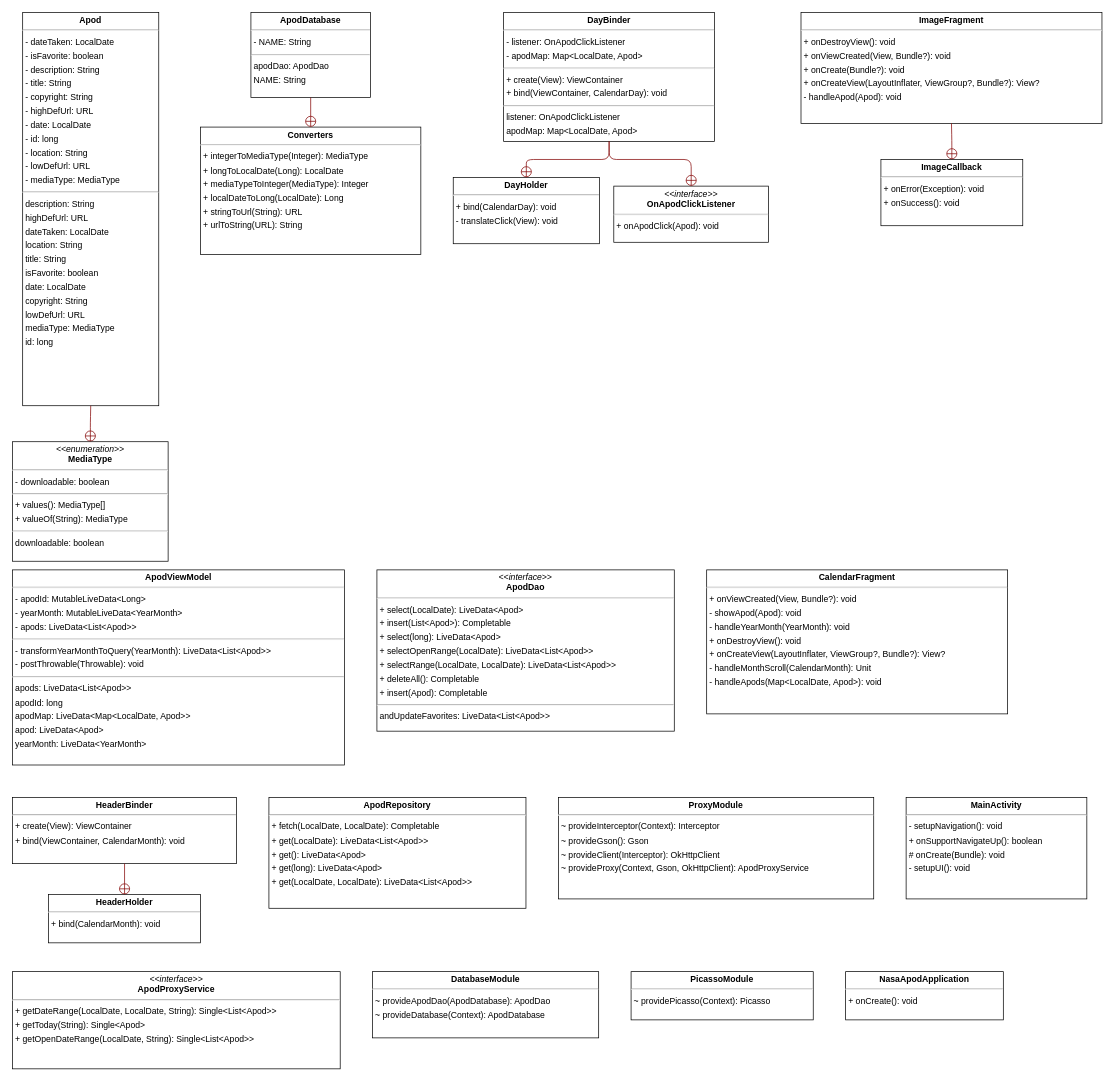
ddc-java-20/space-seek-mincfranc keeps this draw.io diagram as docs/work/uml.drawio. Above is the earlier version. Source tidied: cells renumbered, new cells numbered last; positions are measured from the earlier drawing's top-left corner, leaving out a move shared by most shapes. Both pictures are drawn from the tidied source at 72%, with x=0, y=0 at pixel (12, 12).
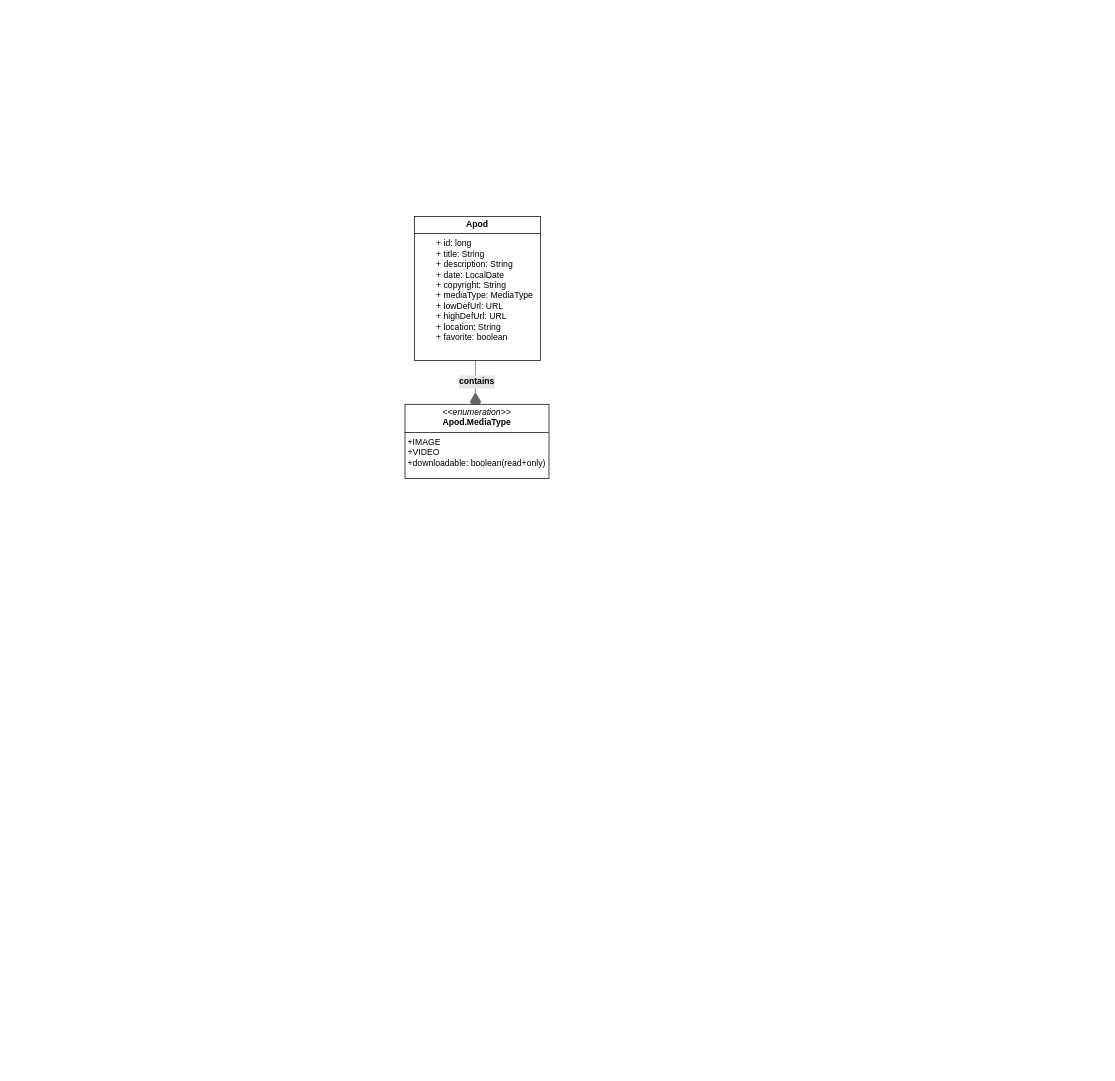
The same page after the edit.

Commit message (it also covers changes not shown here):
Updated erd & uml source files and added updated svg  & pdf versions.

The edit, as a diff of the source:
```diff
@@
-    <mxCell id="2" value="&lt;p style=&quot;margin:0px;margin-top:4px;text-align:center;&quot;&gt;&lt;b&gt;Apod&lt;/b&gt;&lt;/p&gt;&lt;hr&gt;&lt;p style=&quot;margin:0 0 0 4px;line-height:1.6;&quot;&gt;- dateTaken: LocalDate&lt;br&gt;- isFavorite: boolean&lt;br&gt;- description: String&lt;br&gt;- title: String&lt;br&gt;- copyright: String&lt;br&gt;- highDefUrl: URL&lt;br&gt;- date: LocalDate&lt;br&gt;- id: long&lt;br&gt;- location: String&lt;br&gt;- lowDefUrl: URL&lt;br&gt;- mediaType: MediaType&lt;/p&gt;&lt;hr&gt;&lt;p style=&quot;margin:0 0 0 4px;line-height:1.6;&quot;&gt; description: String&lt;br&gt; highDefUrl: URL&lt;br&gt; dateTaken: LocalDate&lt;br&gt; location: String&lt;br&gt; title: String&lt;br&gt; isFavorite: boolean&lt;br&gt; date: LocalDate&lt;br&gt; copyright: String&lt;br&gt; lowDefUrl: URL&lt;br&gt; mediaType: MediaType&lt;br&gt; id: long&lt;/p&gt;" style="verticalAlign=top;align=left;overflow=fill;fontSize=12;fontFamily=Helvetica;html=1;rounded=0;shadow=0;comic=0;labelBackgroundColor=none;strokeWidth=1;" parent="1" vertex="1">
-      <mxGeometry x="14" width="189" height="546" as="geometry" />
-    </mxCell>
-    <mxCell id="3" value="&lt;p style=&quot;margin:0px;margin-top:4px;text-align:center;&quot;&gt;&lt;i&gt;&amp;lt;&amp;lt;interface&amp;gt;&amp;gt;&lt;/i&gt;&lt;br&gt;&lt;b&gt;ApodDao&lt;/b&gt;&lt;/p&gt;&lt;hr&gt;&lt;p style=&quot;margin:0 0 0 4px;line-height:1.6;&quot;&gt;+ select(LocalDate): LiveData&amp;lt;Apod&amp;gt;&lt;br&gt;+ insert(List&amp;lt;Apod&amp;gt;): Completable&lt;br&gt;+ select(long): LiveData&amp;lt;Apod&amp;gt;&lt;br&gt;+ selectOpenRange(LocalDate): LiveData&amp;lt;List&amp;lt;Apod&amp;gt;&amp;gt;&lt;br&gt;+ selectRange(LocalDate, LocalDate): LiveData&amp;lt;List&amp;lt;Apod&amp;gt;&amp;gt;&lt;br&gt;+ deleteAll(): Completable&lt;br&gt;+ insert(Apod): Completable&lt;/p&gt;&lt;hr&gt;&lt;p style=&quot;margin:0 0 0 4px;line-height:1.6;&quot;&gt; andUpdateFavorites: LiveData&amp;lt;List&amp;lt;Apod&amp;gt;&amp;gt;&lt;/p&gt;" style="verticalAlign=top;align=left;overflow=fill;fontSize=12;fontFamily=Helvetica;html=1;rounded=0;shadow=0;comic=0;labelBackgroundColor=none;strokeWidth=1;" parent="1" vertex="1">
-      <mxGeometry x="506" y="774" width="413" height="224" as="geometry" />
-    </mxCell>
-    <mxCell id="4" value="&lt;p style=&quot;margin:0px;margin-top:4px;text-align:center;&quot;&gt;&lt;b&gt;ApodDatabase&lt;/b&gt;&lt;/p&gt;&lt;hr&gt;&lt;p style=&quot;margin:0 0 0 4px;line-height:1.6;&quot;&gt;- NAME: String&lt;/p&gt;&lt;hr&gt;&lt;p style=&quot;margin:0 0 0 4px;line-height:1.6;&quot;&gt; apodDao: ApodDao&lt;br&gt; NAME: String&lt;/p&gt;" style="verticalAlign=top;align=left;overflow=fill;fontSize=12;fontFamily=Helvetica;html=1;rounded=0;shadow=0;comic=0;labelBackgroundColor=none;strokeWidth=1;" parent="1" vertex="1">
-      <mxGeometry x="331" width="166" height="118" as="geometry" />
-    </mxCell>
-    <mxCell id="5" value="&lt;p style=&quot;margin:0px;margin-top:4px;text-align:center;&quot;&gt;&lt;i&gt;&amp;lt;&amp;lt;interface&amp;gt;&amp;gt;&lt;/i&gt;&lt;br&gt;&lt;b&gt;ApodProxyService&lt;/b&gt;&lt;/p&gt;&lt;hr&gt;&lt;p style=&quot;margin:0 0 0 4px;line-height:1.6;&quot;&gt;+ getDateRange(LocalDate, LocalDate, String): Single&amp;lt;List&amp;lt;Apod&amp;gt;&amp;gt;&lt;br&gt;+ getToday(String): Single&amp;lt;Apod&amp;gt;&lt;br&gt;+ getOpenDateRange(LocalDate, String): Single&amp;lt;List&amp;lt;Apod&amp;gt;&amp;gt;&lt;/p&gt;" style="verticalAlign=top;align=left;overflow=fill;fontSize=12;fontFamily=Helvetica;html=1;rounded=0;shadow=0;comic=0;labelBackgroundColor=none;strokeWidth=1;" parent="1" vertex="1">
-      <mxGeometry y="1332" width="455" height="135" as="geometry" />
-    </mxCell>
-    <mxCell id="6" value="&lt;p style=&quot;margin:0px;margin-top:4px;text-align:center;&quot;&gt;&lt;b&gt;ApodRepository&lt;/b&gt;&lt;/p&gt;&lt;hr&gt;&lt;p style=&quot;margin:0 0 0 4px;line-height:1.6;&quot;&gt;+ fetch(LocalDate, LocalDate): Completable&lt;br&gt;+ get(LocalDate): LiveData&amp;lt;List&amp;lt;Apod&amp;gt;&amp;gt;&lt;br&gt;+ get(): LiveData&amp;lt;Apod&amp;gt;&lt;br&gt;+ get(long): LiveData&amp;lt;Apod&amp;gt;&lt;br&gt;+ get(LocalDate, LocalDate): LiveData&amp;lt;List&amp;lt;Apod&amp;gt;&amp;gt;&lt;/p&gt;" style="verticalAlign=top;align=left;overflow=fill;fontSize=12;fontFamily=Helvetica;html=1;rounded=0;shadow=0;comic=0;labelBackgroundColor=none;strokeWidth=1;" parent="1" vertex="1">
-      <mxGeometry x="356" y="1090" width="357" height="154" as="geometry" />
-    </mxCell>
-    <mxCell id="7" value="&lt;p style=&quot;margin:0px;margin-top:4px;text-align:center;&quot;&gt;&lt;b&gt;ApodViewModel&lt;/b&gt;&lt;/p&gt;&lt;hr&gt;&lt;p style=&quot;margin:0 0 0 4px;line-height:1.6;&quot;&gt;- apodId: MutableLiveData&amp;lt;Long&amp;gt;&lt;br&gt;- yearMonth: MutableLiveData&amp;lt;YearMonth&amp;gt;&lt;br&gt;- apods: LiveData&amp;lt;List&amp;lt;Apod&amp;gt;&amp;gt;&lt;/p&gt;&lt;hr&gt;&lt;p style=&quot;margin:0 0 0 4px;line-height:1.6;&quot;&gt;- transformYearMonthToQuery(YearMonth): LiveData&amp;lt;List&amp;lt;Apod&amp;gt;&amp;gt;&lt;br&gt;- postThrowable(Throwable): void&lt;/p&gt;&lt;hr&gt;&lt;p style=&quot;margin:0 0 0 4px;line-height:1.6;&quot;&gt; apods: LiveData&amp;lt;List&amp;lt;Apod&amp;gt;&amp;gt;&lt;br&gt; apodId: long&lt;br&gt; apodMap: LiveData&amp;lt;Map&amp;lt;LocalDate, Apod&amp;gt;&amp;gt;&lt;br&gt; apod: LiveData&amp;lt;Apod&amp;gt;&lt;br&gt; yearMonth: LiveData&amp;lt;YearMonth&amp;gt;&lt;/p&gt;" style="verticalAlign=top;align=left;overflow=fill;fontSize=12;fontFamily=Helvetica;html=1;rounded=0;shadow=0;comic=0;labelBackgroundColor=none;strokeWidth=1;" parent="1" vertex="1">
-      <mxGeometry y="774" width="461" height="271" as="geometry" />
-    </mxCell>
-    <mxCell id="8" value="&lt;p style=&quot;margin:0px;margin-top:4px;text-align:center;&quot;&gt;&lt;b&gt;CalendarFragment&lt;/b&gt;&lt;/p&gt;&lt;hr&gt;&lt;p style=&quot;margin:0 0 0 4px;line-height:1.6;&quot;&gt;+ onViewCreated(View, Bundle?): void&lt;br&gt;- showApod(Apod): void&lt;br&gt;- handleYearMonth(YearMonth): void&lt;br&gt;+ onDestroyView(): void&lt;br&gt;+ onCreateView(LayoutInflater, ViewGroup?, Bundle?): View?&lt;br&gt;- handleMonthScroll(CalendarMonth): Unit&lt;br&gt;- handleApods(Map&amp;lt;LocalDate, Apod&amp;gt;): void&lt;/p&gt;" style="verticalAlign=top;align=left;overflow=fill;fontSize=12;fontFamily=Helvetica;html=1;rounded=0;shadow=0;comic=0;labelBackgroundColor=none;strokeWidth=1;" parent="1" vertex="1">
-      <mxGeometry x="964" y="774" width="418" height="200" as="geometry" />
-    </mxCell>
-    <mxCell id="9" value="&lt;p style=&quot;margin:0px;margin-top:4px;text-align:center;&quot;&gt;&lt;b&gt;Converters&lt;/b&gt;&lt;/p&gt;&lt;hr&gt;&lt;p style=&quot;margin:0 0 0 4px;line-height:1.6;&quot;&gt;+ integerToMediaType(Integer): MediaType&lt;br&gt;+ longToLocalDate(Long): LocalDate&lt;br&gt;+ mediaTypeToInteger(MediaType): Integer&lt;br&gt;+ localDateToLong(LocalDate): Long&lt;br&gt;+ stringToUrl(String): URL&lt;br&gt;+ urlToString(URL): String&lt;/p&gt;" style="verticalAlign=top;align=left;overflow=fill;fontSize=12;fontFamily=Helvetica;html=1;rounded=0;shadow=0;comic=0;labelBackgroundColor=none;strokeWidth=1;" parent="1" vertex="1">
-      <mxGeometry x="261" y="159" width="306" height="177" as="geometry" />
-    </mxCell>
-    <mxCell id="10" value="&lt;p style=&quot;margin:0px;margin-top:4px;text-align:center;&quot;&gt;&lt;b&gt;DatabaseModule&lt;/b&gt;&lt;/p&gt;&lt;hr&gt;&lt;p style=&quot;margin:0 0 0 4px;line-height:1.6;&quot;&gt;~ provideApodDao(ApodDatabase): ApodDao&lt;br&gt;~ provideDatabase(Context): ApodDatabase&lt;/p&gt;" style="verticalAlign=top;align=left;overflow=fill;fontSize=12;fontFamily=Helvetica;html=1;rounded=0;shadow=0;comic=0;labelBackgroundColor=none;strokeWidth=1;" parent="1" vertex="1">
-      <mxGeometry x="500" y="1332" width="314" height="92" as="geometry" />
-    </mxCell>
-    <mxCell id="11" value="&lt;p style=&quot;margin:0px;margin-top:4px;text-align:center;&quot;&gt;&lt;b&gt;DayBinder&lt;/b&gt;&lt;/p&gt;&lt;hr&gt;&lt;p style=&quot;margin:0 0 0 4px;line-height:1.6;&quot;&gt;- listener: OnApodClickListener&lt;br&gt;- apodMap: Map&amp;lt;LocalDate, Apod&amp;gt;&lt;/p&gt;&lt;hr&gt;&lt;p style=&quot;margin:0 0 0 4px;line-height:1.6;&quot;&gt;+ create(View): ViewContainer&lt;br&gt;+ bind(ViewContainer, CalendarDay): void&lt;/p&gt;&lt;hr&gt;&lt;p style=&quot;margin:0 0 0 4px;line-height:1.6;&quot;&gt; listener: OnApodClickListener&lt;br&gt; apodMap: Map&amp;lt;LocalDate, Apod&amp;gt;&lt;/p&gt;" style="verticalAlign=top;align=left;overflow=fill;fontSize=12;fontFamily=Helvetica;html=1;rounded=0;shadow=0;comic=0;labelBackgroundColor=none;strokeWidth=1;" parent="1" vertex="1">
-      <mxGeometry x="682" width="293" height="179" as="geometry" />
-    </mxCell>
-    <mxCell id="12" value="&lt;p style=&quot;margin:0px;margin-top:4px;text-align:center;&quot;&gt;&lt;b&gt;DayHolder&lt;/b&gt;&lt;/p&gt;&lt;hr&gt;&lt;p style=&quot;margin:0 0 0 4px;line-height:1.6;&quot;&gt;+ bind(CalendarDay): void&lt;br&gt;- translateClick(View): void&lt;/p&gt;" style="verticalAlign=top;align=left;overflow=fill;fontSize=12;fontFamily=Helvetica;html=1;rounded=0;shadow=0;comic=0;labelBackgroundColor=none;strokeWidth=1;" parent="1" vertex="1">
-      <mxGeometry x="612" y="229" width="203" height="92" as="geometry" />
-    </mxCell>
-    <mxCell id="13" value="&lt;p style=&quot;margin:0px;margin-top:4px;text-align:center;&quot;&gt;&lt;b&gt;HeaderBinder&lt;/b&gt;&lt;/p&gt;&lt;hr&gt;&lt;p style=&quot;margin:0 0 0 4px;line-height:1.6;&quot;&gt;+ create(View): ViewContainer&lt;br&gt;+ bind(ViewContainer, CalendarMonth): void&lt;/p&gt;" style="verticalAlign=top;align=left;overflow=fill;fontSize=12;fontFamily=Helvetica;html=1;rounded=0;shadow=0;comic=0;labelBackgroundColor=none;strokeWidth=1;" parent="1" vertex="1">
-      <mxGeometry y="1090" width="311" height="92" as="geometry" />
-    </mxCell>
-    <mxCell id="14" value="&lt;p style=&quot;margin:0px;margin-top:4px;text-align:center;&quot;&gt;&lt;b&gt;HeaderHolder&lt;/b&gt;&lt;/p&gt;&lt;hr&gt;&lt;p style=&quot;margin:0 0 0 4px;line-height:1.6;&quot;&gt;+ bind(CalendarMonth): void&lt;/p&gt;" style="verticalAlign=top;align=left;overflow=fill;fontSize=12;fontFamily=Helvetica;html=1;rounded=0;shadow=0;comic=0;labelBackgroundColor=none;strokeWidth=1;" parent="1" vertex="1">
-      <mxGeometry x="50" y="1225" width="211" height="67" as="geometry" />
-    </mxCell>
-    <mxCell id="15" value="&lt;p style=&quot;margin:0px;margin-top:4px;text-align:center;&quot;&gt;&lt;b&gt;ImageCallback&lt;/b&gt;&lt;/p&gt;&lt;hr&gt;&lt;p style=&quot;margin:0 0 0 4px;line-height:1.6;&quot;&gt;+ onError(Exception): void&lt;br&gt;+ onSuccess(): void&lt;/p&gt;" style="verticalAlign=top;align=left;overflow=fill;fontSize=12;fontFamily=Helvetica;html=1;rounded=0;shadow=0;comic=0;labelBackgroundColor=none;strokeWidth=1;" parent="1" vertex="1">
-      <mxGeometry x="1206" y="204" width="197" height="92" as="geometry" />
-    </mxCell>
-    <mxCell id="16" value="&lt;p style=&quot;margin:0px;margin-top:4px;text-align:center;&quot;&gt;&lt;b&gt;ImageFragment&lt;/b&gt;&lt;/p&gt;&lt;hr&gt;&lt;p style=&quot;margin:0 0 0 4px;line-height:1.6;&quot;&gt;+ onDestroyView(): void&lt;br&gt;+ onViewCreated(View, Bundle?): void&lt;br&gt;+ onCreate(Bundle?): void&lt;br&gt;+ onCreateView(LayoutInflater, ViewGroup?, Bundle?): View?&lt;br&gt;- handleApod(Apod): void&lt;/p&gt;" style="verticalAlign=top;align=left;overflow=fill;fontSize=12;fontFamily=Helvetica;html=1;rounded=0;shadow=0;comic=0;labelBackgroundColor=none;strokeWidth=1;" parent="1" vertex="1">
-      <mxGeometry x="1095" width="418" height="154" as="geometry" />
-    </mxCell>
-    <mxCell id="17" value="&lt;p style=&quot;margin:0px;margin-top:4px;text-align:center;&quot;&gt;&lt;b&gt;MainActivity&lt;/b&gt;&lt;/p&gt;&lt;hr&gt;&lt;p style=&quot;margin:0 0 0 4px;line-height:1.6;&quot;&gt;- setupNavigation(): void&lt;br&gt;+ onSupportNavigateUp(): boolean&lt;br&gt;# onCreate(Bundle): void&lt;br&gt;- setupUI(): void&lt;/p&gt;" style="verticalAlign=top;align=left;overflow=fill;fontSize=12;fontFamily=Helvetica;html=1;rounded=0;shadow=0;comic=0;labelBackgroundColor=none;strokeWidth=1;" parent="1" vertex="1">
-      <mxGeometry x="1241" y="1090" width="251" height="141" as="geometry" />
-    </mxCell>
-    <mxCell id="18" value="&lt;p style=&quot;margin:0px;margin-top:4px;text-align:center;&quot;&gt;&lt;i&gt;&amp;lt;&amp;lt;enumeration&amp;gt;&amp;gt;&lt;/i&gt;&lt;br&gt;&lt;b&gt;MediaType&lt;/b&gt;&lt;/p&gt;&lt;hr&gt;&lt;p style=&quot;margin:0 0 0 4px;line-height:1.6;&quot;&gt;- downloadable: boolean&lt;/p&gt;&lt;hr&gt;&lt;p style=&quot;margin:0 0 0 4px;line-height:1.6;&quot;&gt;+ values(): MediaType[]&lt;br&gt;+ valueOf(String): MediaType&lt;/p&gt;&lt;hr&gt;&lt;p style=&quot;margin:0 0 0 4px;line-height:1.6;&quot;&gt; downloadable: boolean&lt;/p&gt;" style="verticalAlign=top;align=left;overflow=fill;fontSize=12;fontFamily=Helvetica;html=1;rounded=0;shadow=0;comic=0;labelBackgroundColor=none;strokeWidth=1;" parent="1" vertex="1">
-      <mxGeometry y="596" width="216" height="166" as="geometry" />
-    </mxCell>
-    <mxCell id="19" value="&lt;p style=&quot;margin:0px;margin-top:4px;text-align:center;&quot;&gt;&lt;b&gt;NasaApodApplication&lt;/b&gt;&lt;/p&gt;&lt;hr&gt;&lt;p style=&quot;margin:0 0 0 4px;line-height:1.6;&quot;&gt;+ onCreate(): void&lt;/p&gt;" style="verticalAlign=top;align=left;overflow=fill;fontSize=12;fontFamily=Helvetica;html=1;rounded=0;shadow=0;comic=0;labelBackgroundColor=none;strokeWidth=1;" parent="1" vertex="1">
-      <mxGeometry x="1157" y="1332" width="219" height="67" as="geometry" />
-    </mxCell>
-    <mxCell id="20" value="&lt;p style=&quot;margin:0px;margin-top:4px;text-align:center;&quot;&gt;&lt;i&gt;&amp;lt;&amp;lt;interface&amp;gt;&amp;gt;&lt;/i&gt;&lt;br&gt;&lt;b&gt;OnApodClickListener&lt;/b&gt;&lt;/p&gt;&lt;hr&gt;&lt;p style=&quot;margin:0 0 0 4px;line-height:1.6;&quot;&gt;+ onApodClick(Apod): void&lt;/p&gt;" style="verticalAlign=top;align=left;overflow=fill;fontSize=12;fontFamily=Helvetica;html=1;rounded=0;shadow=0;comic=0;labelBackgroundColor=none;strokeWidth=1;" parent="1" vertex="1">
-      <mxGeometry x="835" y="241" width="215" height="78" as="geometry" />
-    </mxCell>
-    <mxCell id="21" value="&lt;p style=&quot;margin:0px;margin-top:4px;text-align:center;&quot;&gt;&lt;b&gt;PicassoModule&lt;/b&gt;&lt;/p&gt;&lt;hr&gt;&lt;p style=&quot;margin:0 0 0 4px;line-height:1.6;&quot;&gt;~ providePicasso(Context): Picasso&lt;/p&gt;" style="verticalAlign=top;align=left;overflow=fill;fontSize=12;fontFamily=Helvetica;html=1;rounded=0;shadow=0;comic=0;labelBackgroundColor=none;strokeWidth=1;" parent="1" vertex="1">
-      <mxGeometry x="859" y="1332" width="253" height="67" as="geometry" />
-    </mxCell>
-    <mxCell id="22" value="&lt;p style=&quot;margin:0px;margin-top:4px;text-align:center;&quot;&gt;&lt;b&gt;ProxyModule&lt;/b&gt;&lt;/p&gt;&lt;hr&gt;&lt;p style=&quot;margin:0 0 0 4px;line-height:1.6;&quot;&gt;~ provideInterceptor(Context): Interceptor&lt;br&gt;~ provideGson(): Gson&lt;br&gt;~ provideClient(Interceptor): OkHttpClient&lt;br&gt;~ provideProxy(Context, Gson, OkHttpClient): ApodProxyService&lt;/p&gt;" style="verticalAlign=top;align=left;overflow=fill;fontSize=12;fontFamily=Helvetica;html=1;rounded=0;shadow=0;comic=0;labelBackgroundColor=none;strokeWidth=1;" parent="1" vertex="1">
-      <mxGeometry x="758" y="1090" width="438" height="141" as="geometry" />
-    </mxCell>
-    <mxCell id="23" style="html=1;rounded=1;edgeStyle=orthogonalEdgeStyle;dashed=0;startArrow=circlePlus;startFill=0;endArrow=none;strokeColor=#820000;exitX=0.500;exitY=0.000;exitDx=0;exitDy=0;entryX=0.500;entryY=1.000;entryDx=0;entryDy=0;fontSize=12;" parent="1" edge="1" source="9" target="4">
-      <mxGeometry relative="1" as="geometry" />
-    </mxCell>
-    <mxCell id="24" style="html=1;rounded=1;edgeStyle=orthogonalEdgeStyle;dashed=0;startArrow=circlePlus;startFill=0;endArrow=none;strokeColor=#820000;exitX=0.500;exitY=0.001;exitDx=0;exitDy=0;entryX=0.500;entryY=1.000;entryDx=0;entryDy=0;fontSize=12;" parent="1" edge="1" source="12" target="11">
-      <mxGeometry relative="1" as="geometry">
-        <Array as="points">
-          <mxPoint x="714" y="204" />
-          <mxPoint x="828" y="204" />
-        </Array>
-      </mxGeometry>
-    </mxCell>
-    <mxCell id="25" style="html=1;rounded=1;edgeStyle=orthogonalEdgeStyle;dashed=0;startArrow=circlePlus;startFill=0;endArrow=none;strokeColor=#820000;exitX=0.500;exitY=0.001;exitDx=0;exitDy=0;entryX=0.500;entryY=1.001;entryDx=0;entryDy=0;fontSize=12;" parent="1" edge="1" source="14" target="13">
-      <mxGeometry relative="1" as="geometry" />
-    </mxCell>
-    <mxCell id="26" style="html=1;rounded=1;edgeStyle=orthogonalEdgeStyle;dashed=0;startArrow=circlePlus;startFill=0;endArrow=none;strokeColor=#820000;exitX=0.500;exitY=0.001;exitDx=0;exitDy=0;entryX=0.500;entryY=1.000;entryDx=0;entryDy=0;fontSize=12;" parent="1" edge="1" source="15" target="16">
-      <mxGeometry relative="1" as="geometry" />
-    </mxCell>
-    <mxCell id="27" style="html=1;rounded=1;edgeStyle=orthogonalEdgeStyle;dashed=0;startArrow=circlePlus;startFill=0;endArrow=none;strokeColor=#820000;exitX=0.500;exitY=0.000;exitDx=0;exitDy=0;entryX=0.500;entryY=1.000;entryDx=0;entryDy=0;fontSize=12;" parent="1" edge="1" source="18" target="2">
-      <mxGeometry relative="1" as="geometry" />
-    </mxCell>
-    <mxCell id="28" style="html=1;rounded=1;edgeStyle=orthogonalEdgeStyle;dashed=0;startArrow=circlePlus;startFill=0;endArrow=none;strokeColor=#820000;exitX=0.500;exitY=0.001;exitDx=0;exitDy=0;entryX=0.500;entryY=1.000;entryDx=0;entryDy=0;fontSize=12;" parent="1" edge="1" source="20" target="11">
-      <mxGeometry relative="1" as="geometry">
-        <Array as="points">
-          <mxPoint x="943" y="204" />
-          <mxPoint x="828" y="204" />
-        </Array>
-      </mxGeometry>
-    </mxCell>
+    <mxCell id="29" style="endArrow=diamondThin;endFill=1;endSize=24;html=1;rounded=0;fillColor=#f5f5f5;strokeColor=#666666;" parent="1" edge="1">
+      <mxGeometry relative="1" as="geometry">
+        <mxPoint x="642.7" y="473" as="sourcePoint" />
+        <mxPoint x="643" y="554" as="targetPoint" />
+      </mxGeometry>
+    </mxCell>
+    <mxCell id="30" value="contains" style="whiteSpace=wrap;html=1;strokeColor=none;fillStyle=solid;fillColor=#E6E6E6;fontStyle=1;" parent="1" vertex="1">
+      <mxGeometry x="620" y="504" width="50" height="18" as="geometry" />
+    </mxCell>
+    <mxCell id="31" value="&lt;p style=&quot;margin: 4px 0px 0px; text-align: center;&quot;&gt;&lt;i&gt;&amp;lt;&amp;lt;enumeration&amp;gt;&amp;gt;&lt;/i&gt;&lt;br&gt;&lt;b&gt;Apod.MediaType&lt;/b&gt;&lt;/p&gt;&lt;hr style=&quot;border-style: solid;&quot; size=&quot;1&quot;&gt;&lt;p style=&quot;margin: 0px 0px 0px 4px;&quot;&gt;&lt;span style=&quot;background-color: transparent; color: light-dark(rgb(0, 0, 0), rgb(255, 255, 255));&quot;&gt;+IMAGE&lt;/span&gt;&lt;/p&gt;&lt;p style=&quot;margin: 0px 0px 0px 4px;&quot;&gt;+VIDEO&lt;/p&gt;&lt;p style=&quot;margin: 0px 0px 0px 4px;&quot;&gt;+downloadable: boolean(read+only)&lt;/p&gt;" style="verticalAlign=top;align=left;overflow=fill;html=1;whiteSpace=wrap;fillColor=#FFFFFF;" parent="1" vertex="1">
+      <mxGeometry x="545" y="544" width="200" height="103" as="geometry" />
+    </mxCell>
+    <mxCell id="32" value="&lt;p style=&quot;margin:0px;margin-top:4px;text-align:center;&quot;&gt;&lt;b&gt;Apod&lt;/b&gt;&lt;/p&gt;&lt;hr size=&quot;1&quot; style=&quot;border-style:solid;&quot;&gt;&lt;div style=&quot;height:2px;&quot;&gt;&lt;p style=&quot;margin: 0px 0px 0px 4px;&quot;&gt;&lt;span style=&quot;background-color: transparent; color: light-dark(rgb(0, 0, 0), rgb(255, 255, 255));&quot;&gt;&lt;span style=&quot;white-space: pre;&quot;&gt;&#9;&lt;/span&gt;&lt;/span&gt;&lt;span style=&quot;background-color: transparent;&quot;&gt;+ id: long&lt;/span&gt;&lt;/p&gt;&lt;p style=&quot;margin: 0px 0px 0px 4px;&quot;&gt;&amp;nbsp; &amp;nbsp; &amp;nbsp; &amp;nbsp; + title: String&lt;/p&gt;&lt;p style=&quot;margin: 0px 0px 0px 4px;&quot;&gt;&amp;nbsp; &amp;nbsp; &amp;nbsp; &amp;nbsp; + description: String&lt;/p&gt;&lt;p style=&quot;margin: 0px 0px 0px 4px;&quot;&gt;&amp;nbsp; &amp;nbsp; &amp;nbsp; &amp;nbsp; + date: LocalDate&lt;/p&gt;&lt;p style=&quot;margin: 0px 0px 0px 4px;&quot;&gt;&amp;nbsp; &amp;nbsp; &amp;nbsp; &amp;nbsp; + copyright: String&lt;/p&gt;&lt;p style=&quot;margin: 0px 0px 0px 4px;&quot;&gt;&amp;nbsp; &amp;nbsp; &amp;nbsp; &amp;nbsp; + mediaType: MediaType&lt;/p&gt;&lt;p style=&quot;margin: 0px 0px 0px 4px;&quot;&gt;&amp;nbsp; &amp;nbsp; &amp;nbsp; &amp;nbsp; + lowDefUrl: URL&lt;/p&gt;&lt;p style=&quot;margin: 0px 0px 0px 4px;&quot;&gt;&amp;nbsp; &amp;nbsp; &amp;nbsp; &amp;nbsp; + highDefUrl: URL&lt;/p&gt;&lt;p style=&quot;margin: 0px 0px 0px 4px;&quot;&gt;&amp;nbsp; &amp;nbsp; &amp;nbsp; &amp;nbsp; + location: String&lt;/p&gt;&lt;p style=&quot;margin: 0px 0px 0px 4px;&quot;&gt;&amp;nbsp; &amp;nbsp; &amp;nbsp; &amp;nbsp; + favorite: boolean&lt;/p&gt;&lt;/div&gt;" style="verticalAlign=top;align=left;overflow=fill;html=1;whiteSpace=wrap;" parent="1" vertex="1">
+      <mxGeometry x="558" y="283" width="175" height="200" as="geometry" />
+    </mxCell>
```
